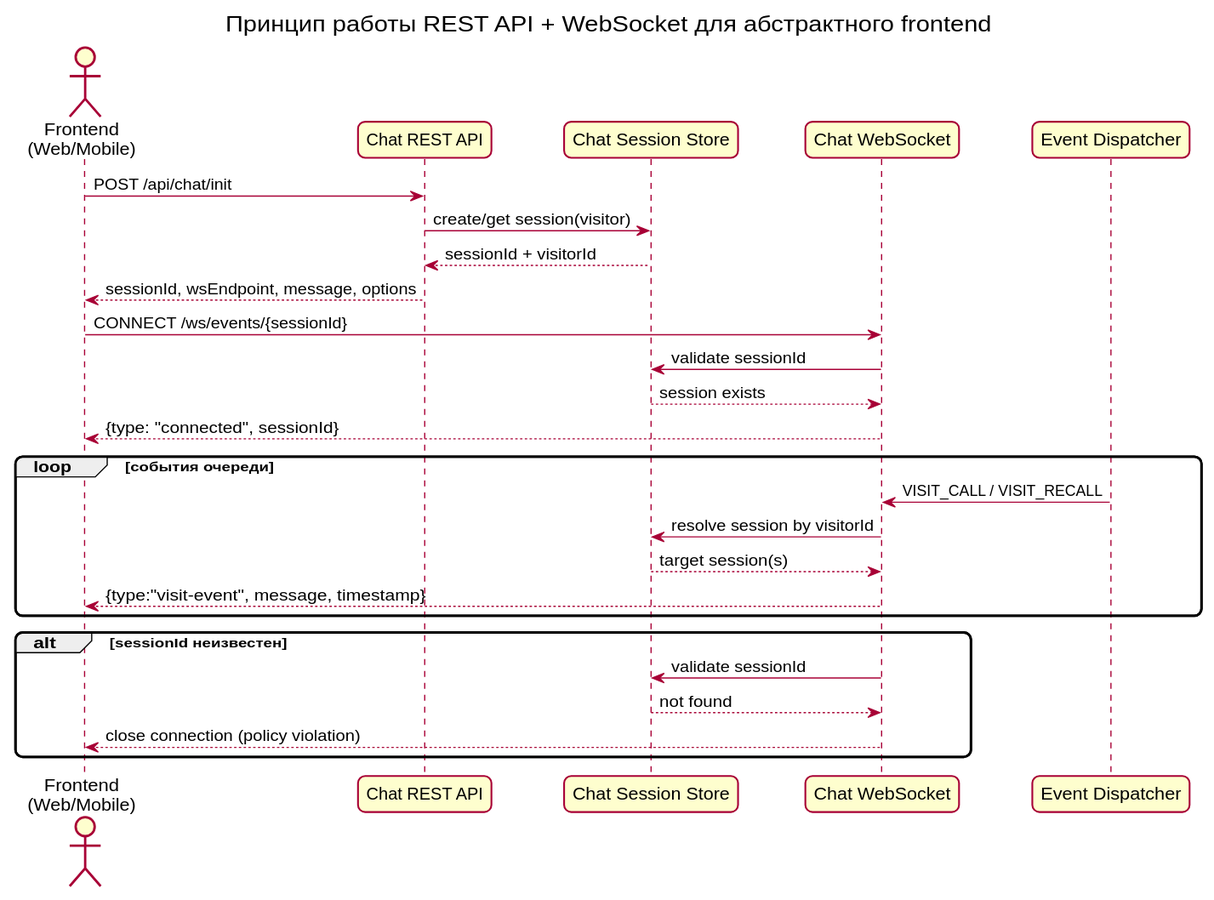
This is docs/diagrams/rest-ws-frontend-flow.svg from psokolov25/chatBotJava, a PlantUML export, as it was before one commit.
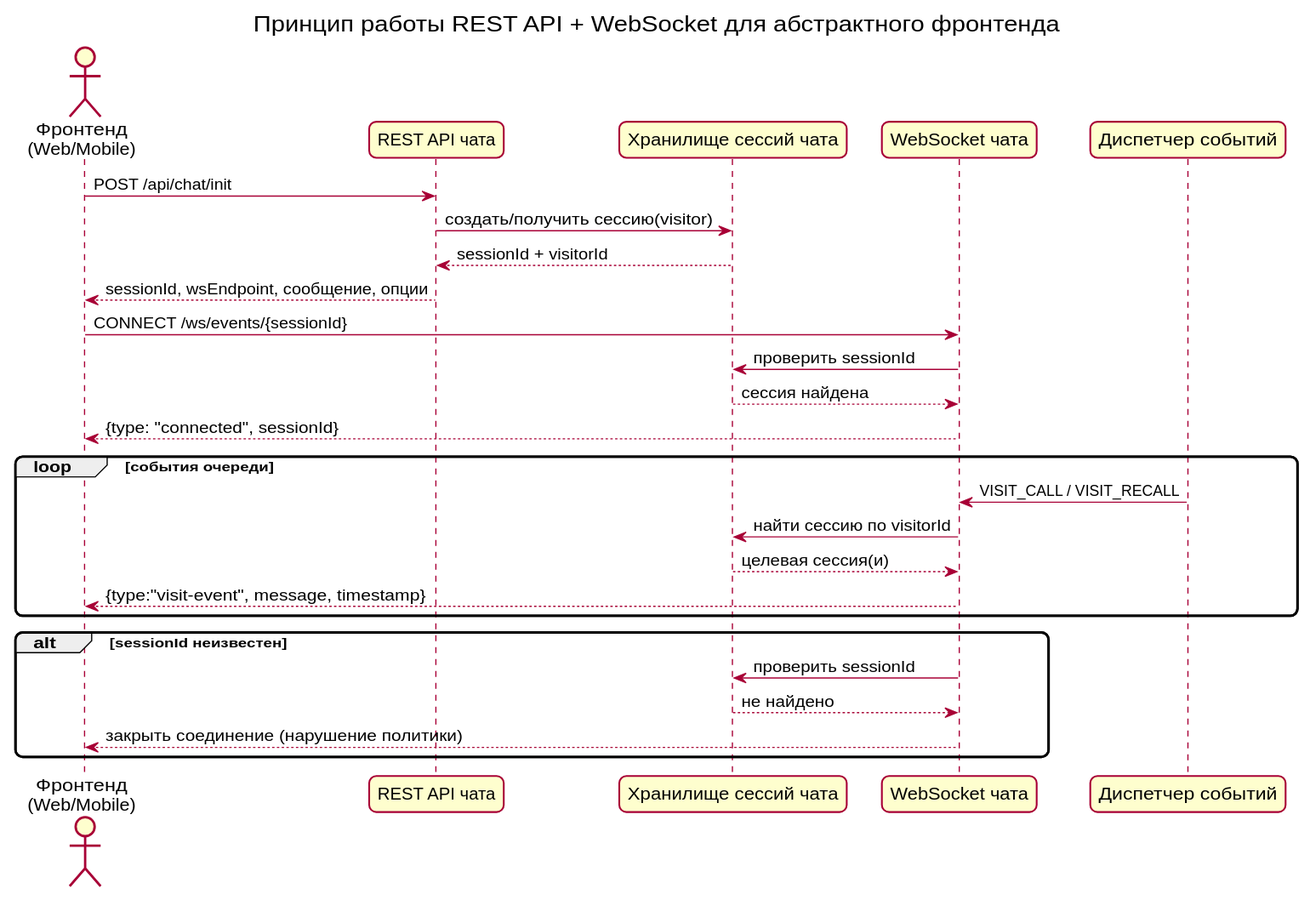
After the change.

The edit, as a diff of the source:
```diff
@@ -2,34 +2,34 @@
 skinparam backgroundColor #FFFFFF
 skinparam shadowing false
 skinparam roundcorner 12
-title Принцип работы REST API + WebSocket для абстрактного frontend
+title Принцип работы REST API + WebSocket для абстрактного фронтенда
 
-actor "Frontend\n(Web/Mobile)" as FE
-participant "Chat REST API" as API
-participant "Chat Session Store" as SESS
-participant "Chat WebSocket" as WS
-participant "Event Dispatcher" as EVT
+actor "Фронтенд\n(Web/Mobile)" as FE
+participant "REST API чата" as API
+participant "Хранилище сессий чата" as SESS
+participant "WebSocket чата" as WS
+participant "Диспетчер событий" as EVT
 
 FE -> API: POST /api/chat/init
-API -> SESS: create/get session(visitor)
+API -> SESS: создать/получить сессию(visitor)
 SESS --> API: sessionId + visitorId
-API --> FE: sessionId, wsEndpoint, message, options
+API --> FE: sessionId, wsEndpoint, сообщение, опции
 
 FE -> WS: CONNECT /ws/events/{sessionId}
-WS -> SESS: validate sessionId
-SESS --> WS: session exists
+WS -> SESS: проверить sessionId
+SESS --> WS: сессия найдена
 WS --> FE: {type: "connected", sessionId}
 
 loop события очереди
   EVT -> WS: VISIT_CALL / VISIT_RECALL
-  WS -> SESS: resolve session by visitorId
-  SESS --> WS: target session(s)
+  WS -> SESS: найти сессию по visitorId
+  SESS --> WS: целевая сессия(и)
   WS --> FE: {type:"visit-event", message, timestamp}
 end
 
 alt sessionId неизвестен
-  WS -> SESS: validate sessionId
-  SESS --> WS: not found
-  WS --> FE: close connection (policy violation)
+  WS -> SESS: проверить sessionId
+  SESS --> WS: не найдено
+  WS --> FE: закрыть соединение (нарушение политики)
 end
 @enduml
```
